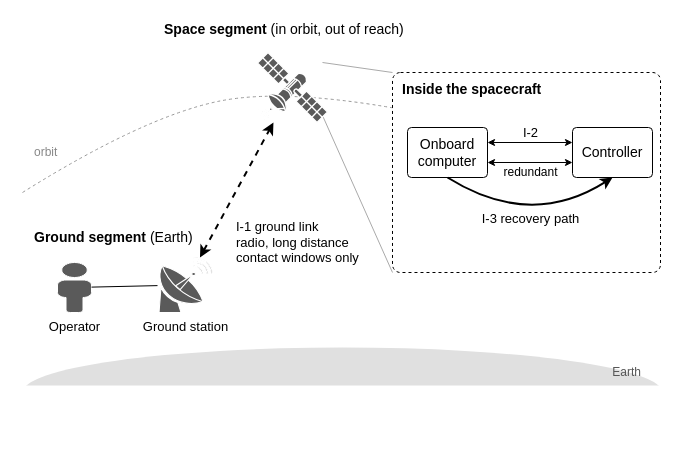
Tocki28/fail-safe-in-orbit-reprogramming keeps this draw.io diagram as docs/conops/fig-segments.drawio. Above is the earlier version. Source tidied: cells renumbered, new cells numbered last; positions are measured from the earlier drawing's top-left corner, leaving out a move shared by most shapes. Both pictures are drawn from the tidied source at 100%, with x=0, y=0 at pixel (17, 17).
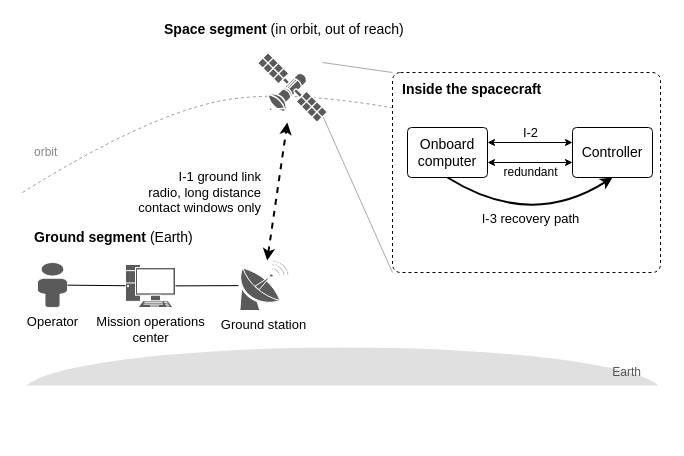
The same diagram, later.

Commit message (it also covers changes not shown here):
ConOps: add the mission operations center to the ground segment

Diff of the diagram source:
```diff
@@
     <mxCell id="19" value="Operator" style="shape=mxgraph.networks.user_male;html=1;fillColor=#5A5A5A;strokeColor=#FFFFFF;outlineConnect=0;verticalLabelPosition=bottom;verticalAlign=top;labelPosition=center;align=center;fontSize=13;" parent="1" vertex="1">
-      <mxGeometry x="40" y="245" width="34" height="50" as="geometry" />
+      <mxGeometry x="20" y="245" width="30" height="45" as="geometry" />
     </mxCell>
     <mxCell id="20" value="Ground station" style="shape=mxgraph.networks.satellite_dish;html=1;fillColor=#5A5A5A;strokeColor=#FFFFFF;outlineConnect=0;verticalLabelPosition=bottom;verticalAlign=top;labelPosition=center;align=center;fontSize=13;" parent="1" vertex="1">
-      <mxGeometry x="140" y="240" width="55" height="55" as="geometry" />
+      <mxGeometry x="221" y="243" width="50" height="50" as="geometry" />
     </mxCell>
-    <mxCell id="21" style="endArrow=none;html=1;" parent="1" edge="1" source="19" target="20">
-      <mxGeometry relative="1" as="geometry" />
-    </mxCell>
+    <mxCell id="24" value="Mission operations&lt;br&gt;center" style="shape=mxgraph.networks.pc;html=1;fillColor=#5A5A5A;strokeColor=#FFFFFF;outlineConnect=0;verticalLabelPosition=bottom;verticalAlign=top;labelPosition=center;align=center;fontSize=13;" parent="1" vertex="1">
+      <mxGeometry x="108" y="247" width="50" height="43" as="geometry" />
+    </mxCell>
+    <mxCell id="25" style="endArrow=none;html=1;" parent="1" edge="1" source="19" target="24">
+      <mxGeometry relative="1" as="geometry" />
+    </mxCell>
+    <mxCell id="26" style="endArrow=none;html=1;" parent="1" edge="1" source="24" target="20">
+      <mxGeometry relative="1" as="geometry" />
+    </mxCell>
@@
-    <mxCell id="23" value="I-1 ground link&lt;br&gt;radio, long distance&lt;br&gt;contact windows only" style="text;html=1;align=left;verticalAlign=middle;fontSize=13;" parent="1" vertex="1">
-      <mxGeometry x="217" y="196" width="150" height="58" as="geometry" />
+    <mxCell id="23" value="I-1 ground link&lt;br&gt;radio, long distance&lt;br&gt;contact windows only" style="text;html=1;align=right;verticalAlign=middle;fontSize=13;" parent="1" vertex="1">
+      <mxGeometry x="90" y="146" width="155" height="58" as="geometry" />
     </mxCell>
```
